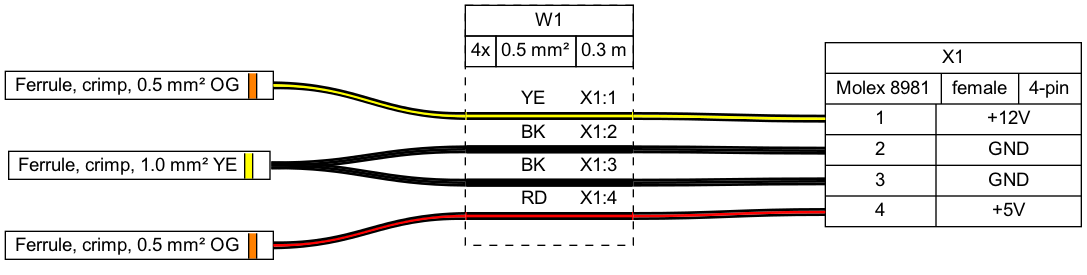
Earlier version of the Graphviz export tutorial/tutorial06.png (wireviz/WireViz). Its source is kept beside it as tutorial/tutorial06.gv.
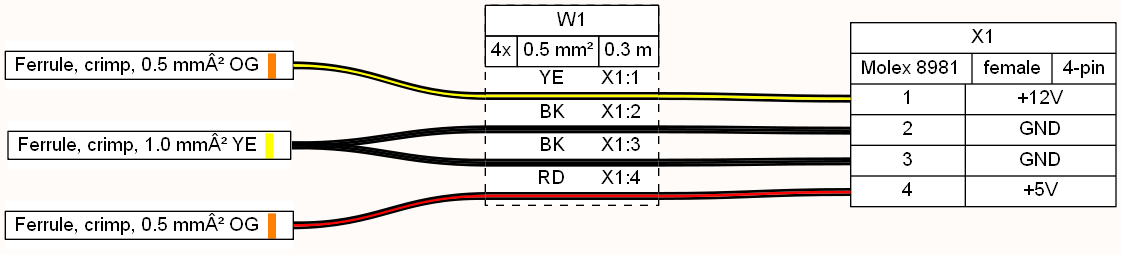
After the commit.

Diff of the diagram source:
```diff
@@ -1,12 +1,12 @@
 graph {
-	graph [bgcolor=white fontname=arial nodesep=0.33 rankdir=LR ranksep=2]
+	graph [bgcolor="#fffbf8" fontname=arial nodesep=0.33 rankdir=LR ranksep=2]
 	node [fillcolor=white fontname=arial shape=record style=filled]
 	edge [fontname=arial style=bold]
 	X1 [label="X1|{Molex 8981|female|4-pin}|{{<p1l>1|<p2l>2|<p3l>3|<p4l>4}|{+12V|GND|GND|+5V}}"]
 	F_10_1 [label=<
 
                 <TABLE BORDER="1" CELLBORDER="0" CELLSPACING="0" CELLPADDING="2"><TR>
-                <TD PORT="p1l"> Ferrule, crimp, 1.0 mm² YE </TD>
+                <TD PORT="p1l"> Ferrule, crimp, 1.0 mmÂ² YE </TD>
                 <TD BGCOLOR="#FFFF00" BORDER="1" SIDES="LR" WIDTH="4"></TD>
                 <TD PORT="p1r">  </TD>
                 </TR></TABLE>
@@ -16,7 +16,7 @@
 	_F1 [label=<
 
                 <TABLE BORDER="1" CELLBORDER="0" CELLSPACING="0" CELLPADDING="2"><TR>
-                <TD PORT="p1l"> Ferrule, crimp, 0.5 mm² OG </TD>
+                <TD PORT="p1l"> Ferrule, crimp, 0.5 mmÂ² OG </TD>
                 <TD BGCOLOR="#FF8000" BORDER="1" SIDES="LR" WIDTH="4"></TD>
                 <TD PORT="p1r">  </TD>
                 </TR></TABLE>
@@ -26,7 +26,7 @@
 	_F2 [label=<
 
                 <TABLE BORDER="1" CELLBORDER="0" CELLSPACING="0" CELLPADDING="2"><TR>
-                <TD PORT="p1l"> Ferrule, crimp, 0.5 mm² OG </TD>
+                <TD PORT="p1l"> Ferrule, crimp, 0.5 mmÂ² OG </TD>
                 <TD BGCOLOR="#FF8000" BORDER="1" SIDES="LR" WIDTH="4"></TD>
                 <TD PORT="p1r">  </TD>
                 </TR></TABLE>
@@ -49,5 +49,5 @@
 	F_10_1:e -- W1:w2:w
 	edge [color="#000000:#000000:#000000"]
 	F_10_1:e -- W1:w3:w
-	W1 [label=<<table border="0" cellspacing="0" cellpadding="0"><tr><td><table border="0" cellspacing="0" cellpadding="3" cellborder="1"><tr><td colspan="3">W1</td></tr><tr><td>4x</td><td>0.5 mm²</td><td>0.3 m</td></tr></table></td></tr><tr><td>&nbsp;</td></tr><tr><td><table border="0" cellspacing="0" cellborder="0"><tr><td></td><td>YE</td><td>X1:1</td></tr><tr><td colspan="3" cellpadding="0" height="6" bgcolor="#ffff00" border="2" sides="tb" port="w1"></td></tr><tr><td></td><td>BK</td><td>X1:2</td></tr><tr><td colspan="3" cellpadding="0" height="6" bgcolor="#000000" border="2" sides="tb" port="w2"></td></tr><tr><td></td><td>BK</td><td>X1:3</td></tr><tr><td colspan="3" cellpadding="0" height="6" bgcolor="#000000" border="2" sides="tb" port="w3"></td></tr><tr><td></td><td>RD</td><td>X1:4</td></tr><tr><td colspan="3" cellpadding="0" height="6" bgcolor="#ff0000" border="2" sides="tb" port="w4"></td></tr><tr><td>&nbsp;</td></tr></table></td></tr></table>> fillcolor=white margin=0 shape=box style="filled,dashed"]
+	W1 [label=<<table border="0" cellspacing="0" cellpadding="0"><tr><td><table border="0" cellspacing="0" cellpadding="3" cellborder="1"><tr><td colspan="3">W1</td></tr><tr><td>4x</td><td>0.5 mm²</td><td>0.3 m</td></tr></table></td></tr><tr><td></td></tr><tr><td><table border="0" cellspacing="0" cellborder="0"><tr><td></td><td>YE</td><td>X1:1</td></tr><tr><td colspan="3" border="0" cellspacing="0" cellpadding="0" port="w1" height="6"><table cellspacing="0" cellborder="0" border = "0"><tr><td colspan="3" cellpadding="0" height="2" bgcolor="#000000" border="0"></td></tr><tr><td colspan="3" cellpadding="0" height="2" bgcolor="#ffff00" border="0"></td></tr><tr><td colspan="3" cellpadding="0" height="2" bgcolor="#000000" border="0"></td></tr></table></td></tr><tr><td></td><td>BK</td><td>X1:2</td></tr><tr><td colspan="3" border="0" cellspacing="0" cellpadding="0" port="w2" height="6"><table cellspacing="0" cellborder="0" border = "0"><tr><td colspan="3" cellpadding="0" height="2" bgcolor="#000000" border="0"></td></tr><tr><td colspan="3" cellpadding="0" height="2" bgcolor="#000000" border="0"></td></tr><tr><td colspan="3" cellpadding="0" height="2" bgcolor="#000000" border="0"></td></tr></table></td></tr><tr><td></td><td>BK</td><td>X1:3</td></tr><tr><td colspan="3" border="0" cellspacing="0" cellpadding="0" port="w3" height="6"><table cellspacing="0" cellborder="0" border = "0"><tr><td colspan="3" cellpadding="0" height="2" bgcolor="#000000" border="0"></td></tr><tr><td colspan="3" cellpadding="0" height="2" bgcolor="#000000" border="0"></td></tr><tr><td colspan="3" cellpadding="0" height="2" bgcolor="#000000" border="0"></td></tr></table></td></tr><tr><td></td><td>RD</td><td>X1:4</td></tr><tr><td colspan="3" border="0" cellspacing="0" cellpadding="0" port="w4" height="6"><table cellspacing="0" cellborder="0" border = "0"><tr><td colspan="3" cellpadding="0" height="2" bgcolor="#000000" border="0"></td></tr><tr><td colspan="3" cellpadding="0" height="2" bgcolor="#ff0000" border="0"></td></tr><tr><td colspan="3" cellpadding="0" height="2" bgcolor="#000000" border="0"></td></tr></table></td></tr><tr><td></td></tr></table></td></tr></table>> fillcolor=white margin=0 shape=box style="filled,dashed"]
 }
```
